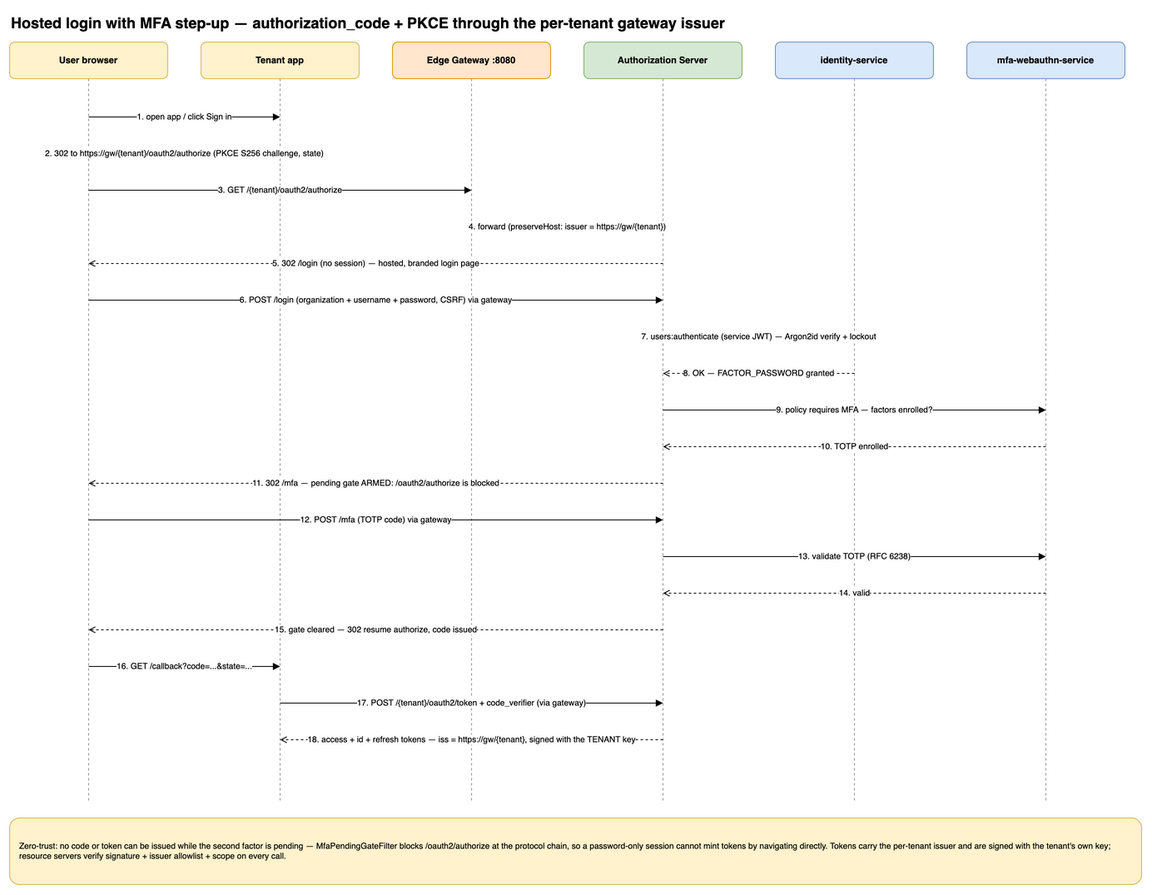
Above: architecture/diagrams/seq-hosted-login-mfa.drawio.png in AegisIdentity/aegis-platform-docs (draw.io), before the change. Source tidied: cells renumbered, new cells last; positions are measured from the earlier drawing's top-left corner, leaving out a move shared by most shapes.
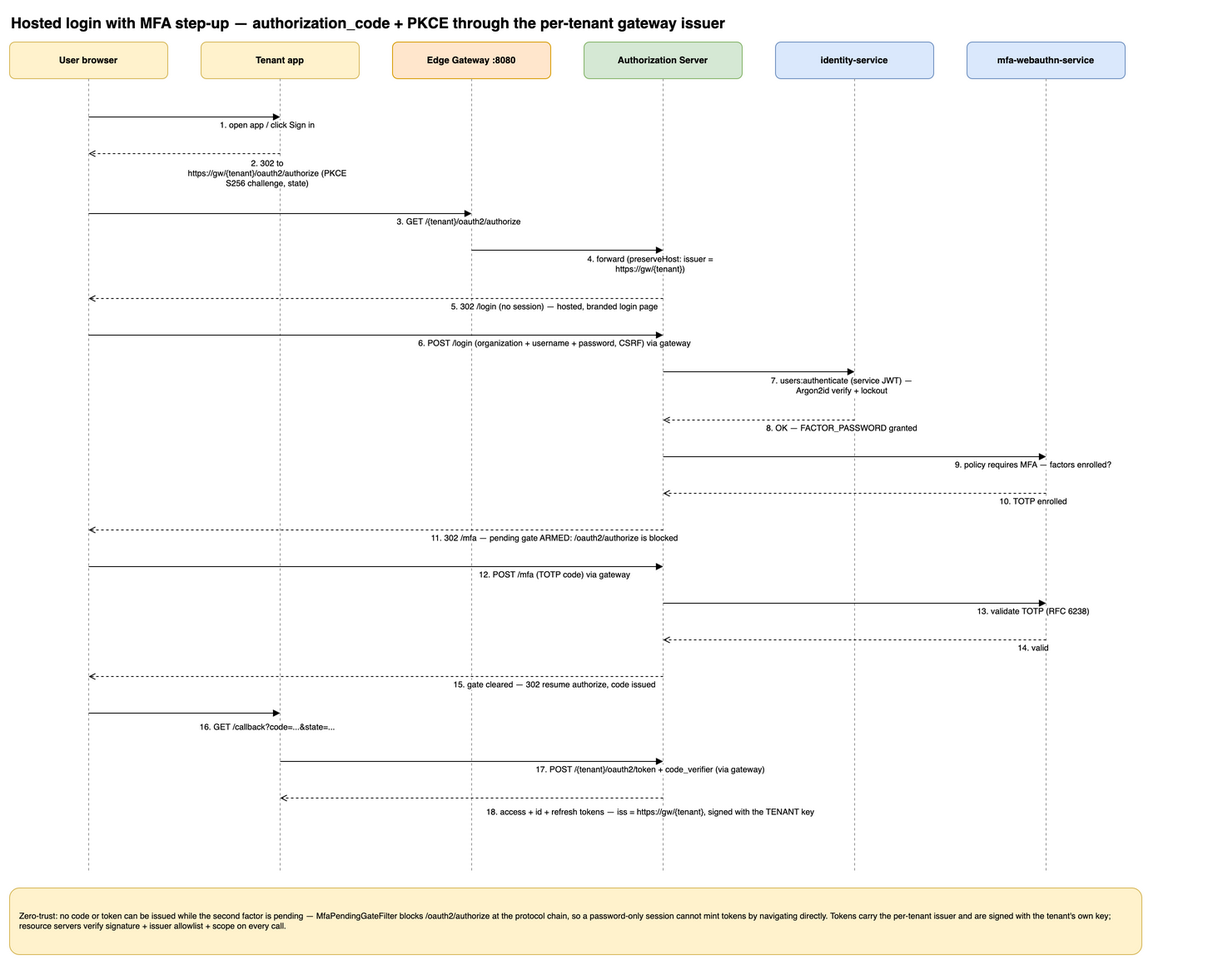
After the commit.

What changed in the source:
```diff
@@ -11,7 +11,7 @@
     <mxCell id="4" style="endArrow=none;dashed=1;html=1;strokeColor=#999999;" parent="1" edge="1">
       <mxGeometry relative="1" as="geometry">
         <mxPoint x="95" y="84" as="sourcePoint" />
-        <mxPoint x="95" y="952" as="targetPoint" />
+        <mxPoint x="95" y="1036" as="targetPoint" />
       </mxGeometry>
     </mxCell>
     <mxCell id="5" value="Tenant app" style="rounded=1;whiteSpace=wrap;html=1;fontStyle=1;fontSize=11;fillColor=#FFF2CC;strokeColor=#D6B656;" parent="1" vertex="1">
@@ -20,7 +20,7 @@
     <mxCell id="6" style="endArrow=none;dashed=1;html=1;strokeColor=#999999;" parent="1" edge="1">
       <mxGeometry relative="1" as="geometry">
         <mxPoint x="325" y="84" as="sourcePoint" />
-        <mxPoint x="325" y="952" as="targetPoint" />
+        <mxPoint x="325" y="1036" as="targetPoint" />
       </mxGeometry>
     </mxCell>
     <mxCell id="7" value="Edge Gateway :8080" style="rounded=1;whiteSpace=wrap;html=1;fontStyle=1;fontSize=11;fillColor=#FFE6CC;strokeColor=#D79B00;" parent="1" vertex="1">
@@ -29,7 +29,7 @@
     <mxCell id="8" style="endArrow=none;dashed=1;html=1;strokeColor=#999999;" parent="1" edge="1">
       <mxGeometry relative="1" as="geometry">
         <mxPoint x="555" y="84" as="sourcePoint" />
-        <mxPoint x="555" y="952" as="targetPoint" />
+        <mxPoint x="555" y="1036" as="targetPoint" />
       </mxGeometry>
     </mxCell>
     <mxCell id="9" value="Authorization Server" style="rounded=1;whiteSpace=wrap;html=1;fontStyle=1;fontSize=11;fillColor=#D5E8D4;strokeColor=#82B366;" parent="1" vertex="1">
@@ -38,7 +38,7 @@
     <mxCell id="10" style="endArrow=none;dashed=1;html=1;strokeColor=#999999;" parent="1" edge="1">
       <mxGeometry relative="1" as="geometry">
         <mxPoint x="785" y="84" as="sourcePoint" />
-        <mxPoint x="785" y="952" as="targetPoint" />
+        <mxPoint x="785" y="1036" as="targetPoint" />
       </mxGeometry>
     </mxCell>
     <mxCell id="11" value="identity-service" style="rounded=1;whiteSpace=wrap;html=1;fontStyle=1;fontSize=11;fillColor=#DAE8FC;strokeColor=#6C8EBF;" parent="1" vertex="1">
@@ -47,7 +47,7 @@
     <mxCell id="12" style="endArrow=none;dashed=1;html=1;strokeColor=#999999;" parent="1" edge="1">
       <mxGeometry relative="1" as="geometry">
         <mxPoint x="1015" y="84" as="sourcePoint" />
-        <mxPoint x="1015" y="952" as="targetPoint" />
+        <mxPoint x="1015" y="1036" as="targetPoint" />
       </mxGeometry>
     </mxCell>
     <mxCell id="13" value="mfa-webauthn-service" style="rounded=1;whiteSpace=wrap;html=1;fontStyle=1;fontSize=11;fillColor=#DAE8FC;strokeColor=#6C8EBF;" parent="1" vertex="1">
@@ -56,119 +56,173 @@
     <mxCell id="14" style="endArrow=none;dashed=1;html=1;strokeColor=#999999;" parent="1" edge="1">
       <mxGeometry relative="1" as="geometry">
         <mxPoint x="1245" y="84" as="sourcePoint" />
-        <mxPoint x="1245" y="952" as="targetPoint" />
+        <mxPoint x="1245" y="1036" as="targetPoint" />
       </mxGeometry>
     </mxCell>
-    <mxCell id="15" value="1. open app / click Sign in" style="html=1;fontSize=10;endArrow=block;endFill=1;rounded=0;" parent="1" edge="1">
+    <mxCell id="15" style="html=1;fontSize=10;endArrow=block;endFill=1;rounded=0;" parent="1" edge="1">
       <mxGeometry relative="1" as="geometry">
         <mxPoint x="95" y="130" as="sourcePoint" />
         <mxPoint x="325" y="130" as="targetPoint" />
       </mxGeometry>
     </mxCell>
-    <mxCell id="16" value="2. 302 to https://gw/{tenant}/oauth2/authorize (PKCE S256 challenge, state)" style="html=1;fontSize=10;endArrow=open;dashed=1;rounded=0;" parent="1" edge="1">
-      <mxGeometry relative="1" as="geometry">
-        <mxPoint x="325" y="174" as="sourcePoint" />
-        <mxPoint x="95" y="174" as="targetPoint" />
-      </mxGeometry>
+    <mxCell id="16" value="1. open app / click Sign in" style="edgeLabel;html=1;align=center;verticalAlign=middle;whiteSpace=wrap;labelBackgroundColor=#FFFFFF;fontSize=10;" parent="15" vertex="1">
+      <mxGeometry width="200" height="20" relative="1" as="geometry" />
     </mxCell>
-    <mxCell id="17" value="3. GET /{tenant}/oauth2/authorize" style="html=1;fontSize=10;endArrow=block;endFill=1;rounded=0;" parent="1" edge="1">
+    <mxCell id="17" style="html=1;fontSize=10;endArrow=open;dashed=1;rounded=0;" parent="1" edge="1">
       <mxGeometry relative="1" as="geometry">
-        <mxPoint x="95" y="218" as="sourcePoint" />
-        <mxPoint x="555" y="218" as="targetPoint" />
+        <mxPoint x="325" y="174" as="sourcePoint" />
+        <mxPoint x="95" y="174" as="targetPoint" />
       </mxGeometry>
     </mxCell>
-    <mxCell id="18" value="4. forward (preserveHost: issuer = https://gw/{tenant})" style="html=1;fontSize=10;endArrow=block;endFill=1;rounded=0;" parent="1" edge="1">
-      <mxGeometry relative="1" as="geometry">
-        <mxPoint x="555" y="262" as="sourcePoint" />
-        <mxPoint x="785" y="262" as="targetPoint" />
-      </mxGeometry>
+    <mxCell id="18" value="2. 302 to https://gw/{tenant}/oauth2/authorize (PKCE S256 challenge, state)" style="edgeLabel;html=1;align=center;verticalAlign=middle;whiteSpace=wrap;labelBackgroundColor=#FFFFFF;fontSize=10;" parent="17" vertex="1">
+      <mxGeometry width="200" height="48" relative="1" as="geometry" />
     </mxCell>
-    <mxCell id="19" value="5. 302 /login (no session) — hosted, branded login page" style="html=1;fontSize=10;endArrow=open;dashed=1;rounded=0;" parent="1" edge="1">
+    <mxCell id="19" style="html=1;fontSize=10;endArrow=block;endFill=1;rounded=0;" parent="1" edge="1">
       <mxGeometry relative="1" as="geometry">
-        <mxPoint x="785" y="306" as="sourcePoint" />
-        <mxPoint x="95" y="306" as="targetPoint" />
+        <mxPoint x="95" y="246" as="sourcePoint" />
+        <mxPoint x="555" y="246" as="targetPoint" />
       </mxGeometry>
     </mxCell>
-    <mxCell id="20" value="6. POST /login (organization + username + password, CSRF) via gateway" style="html=1;fontSize=10;endArrow=block;endFill=1;rounded=0;" parent="1" edge="1">
-      <mxGeometry relative="1" as="geometry">
-        <mxPoint x="95" y="350" as="sourcePoint" />
-        <mxPoint x="785" y="350" as="targetPoint" />
-      </mxGeometry>
+    <mxCell id="20" value="3. GET /{tenant}/oauth2/authorize" style="edgeLabel;html=1;align=center;verticalAlign=middle;whiteSpace=wrap;labelBackgroundColor=#FFFFFF;fontSize=10;" parent="19" vertex="1">
+      <mxGeometry width="430" height="20" relative="1" as="geometry" />
     </mxCell>
-    <mxCell id="21" value="7. users:authenticate (service JWT) — Argon2id verify + lockout" style="html=1;fontSize=10;endArrow=block;endFill=1;rounded=0;" parent="1" edge="1">
+    <mxCell id="21" style="html=1;fontSize=10;endArrow=block;endFill=1;rounded=0;" parent="1" edge="1">
       <mxGeometry relative="1" as="geometry">
-        <mxPoint x="785" y="394" as="sourcePoint" />
-        <mxPoint x="1015" y="394" as="targetPoint" />
+        <mxPoint x="555" y="290" as="sourcePoint" />
+        <mxPoint x="785" y="290" as="targetPoint" />
       </mxGeometry>
     </mxCell>
-    <mxCell id="22" value="8. OK — FACTOR_PASSWORD granted" style="html=1;fontSize=10;endArrow=open;dashed=1;rounded=0;" parent="1" edge="1">
-      <mxGeometry relative="1" as="geometry">
-        <mxPoint x="1015" y="438" as="sourcePoint" />
-        <mxPoint x="785" y="438" as="targetPoint" />
-      </mxGeometry>
+    <mxCell id="22" value="4. forward (preserveHost: issuer = https://gw/{tenant})" style="edgeLabel;html=1;align=center;verticalAlign=middle;whiteSpace=wrap;labelBackgroundColor=#FFFFFF;fontSize=10;" parent="21" vertex="1">
+      <mxGeometry width="200" height="34" relative="1" as="geometry" />
     </mxCell>
-    <mxCell id="23" value="9. policy requires MFA — factors enrolled?" style="html=1;fontSize=10;endArrow=block;endFill=1;rounded=0;" parent="1" edge="1">
+    <mxCell id="23" style="html=1;fontSize=10;endArrow=open;dashed=1;rounded=0;" parent="1" edge="1">
       <mxGeometry relative="1" as="geometry">
-        <mxPoint x="785" y="482" as="sourcePoint" />
-        <mxPoint x="1245" y="482" as="targetPoint" />
+        <mxPoint x="785" y="348" as="sourcePoint" />
+        <mxPoint x="95" y="348" as="targetPoint" />
       </mxGeometry>
     </mxCell>
-    <mxCell id="24" value="10. TOTP enrolled" style="html=1;fontSize=10;endArrow=open;dashed=1;rounded=0;" parent="1" edge="1">
-      <mxGeometry relative="1" as="geometry">
-        <mxPoint x="1245" y="526" as="sourcePoint" />
-        <mxPoint x="785" y="526" as="targetPoint" />
-      </mxGeometry>
+    <mxCell id="24" value="5. 302 /login (no session) — hosted, branded login page" style="edgeLabel;html=1;align=center;verticalAlign=middle;whiteSpace=wrap;labelBackgroundColor=#FFFFFF;fontSize=10;" parent="23" vertex="1">
+      <mxGeometry width="430" height="20" relative="1" as="geometry" />
     </mxCell>
-    <mxCell id="25" value="11. 302 /mfa — pending gate ARMED: /oauth2/authorize is blocked" style="html=1;fontSize=10;endArrow=open;dashed=1;rounded=0;" parent="1" edge="1">
+    <mxCell id="25" style="html=1;fontSize=10;endArrow=block;endFill=1;rounded=0;" parent="1" edge="1">
       <mxGeometry relative="1" as="geometry">
-        <mxPoint x="785" y="570" as="sourcePoint" />
-        <mxPoint x="95" y="570" as="targetPoint" />
+        <mxPoint x="95" y="392" as="sourcePoint" />
+        <mxPoint x="785" y="392" as="targetPoint" />
       </mxGeometry>
     </mxCell>
-    <mxCell id="26" value="12. POST /mfa (TOTP code) via gateway" style="html=1;fontSize=10;endArrow=block;endFill=1;rounded=0;" parent="1" edge="1">
-      <mxGeometry relative="1" as="geometry">
-        <mxPoint x="95" y="614" as="sourcePoint" />
-        <mxPoint x="785" y="614" as="targetPoint" />
-      </mxGeometry>
+    <mxCell id="26" value="6. POST /login (organization + username + password, CSRF) via gateway" style="edgeLabel;html=1;align=center;verticalAlign=middle;whiteSpace=wrap;labelBackgroundColor=#FFFFFF;fontSize=10;" parent="25" vertex="1">
+      <mxGeometry width="430" height="20" relative="1" as="geometry" />
     </mxCell>
-    <mxCell id="27" value="13. validate TOTP (RFC 6238)" style="html=1;fontSize=10;endArrow=block;endFill=1;rounded=0;" parent="1" edge="1">
+    <mxCell id="27" style="html=1;fontSize=10;endArrow=block;endFill=1;rounded=0;" parent="1" edge="1">
       <mxGeometry relative="1" as="geometry">
-        <mxPoint x="785" y="658" as="sourcePoint" />
-        <mxPoint x="1245" y="658" as="targetPoint" />
+        <mxPoint x="785" y="436" as="sourcePoint" />
+        <mxPoint x="1015" y="436" as="targetPoint" />
       </mxGeometry>
     </mxCell>
-    <mxCell id="28" value="14. valid" style="html=1;fontSize=10;endArrow=open;dashed=1;rounded=0;" parent="1" edge="1">
-      <mxGeometry relative="1" as="geometry">
-        <mxPoint x="1245" y="702" as="sourcePoint" />
-        <mxPoint x="785" y="702" as="targetPoint" />
-      </mxGeometry>
+    <mxCell id="28" value="7. users:authenticate (service JWT) — Argon2id verify + lockout" style="edgeLabel;html=1;align=center;verticalAlign=middle;whiteSpace=wrap;labelBackgroundColor=#FFFFFF;fontSize=10;" parent="27" vertex="1">
+      <mxGeometry width="200" height="34" relative="1" as="geometry" />
     </mxCell>
-    <mxCell id="29" value="15. gate cleared — 302 resume authorize, code issued" style="html=1;fontSize=10;endArrow=open;dashed=1;rounded=0;" parent="1" edge="1">
+    <mxCell id="29" style="html=1;fontSize=10;endArrow=open;dashed=1;rounded=0;" parent="1" edge="1">
       <mxGeometry relative="1" as="geometry">
-        <mxPoint x="785" y="746" as="sourcePoint" />
-        <mxPoint x="95" y="746" as="targetPoint" />
+        <mxPoint x="1015" y="494" as="sourcePoint" />
+        <mxPoint x="785" y="494" as="targetPoint" />
       </mxGeometry>
     </mxCell>
-    <mxCell id="30" value="16. GET /callback?code=...&amp;state=..." style="html=1;fontSize=10;endArrow=block;endFill=1;rounded=0;" parent="1" edge="1">
-      <mxGeometry relative="1" as="geometry">
-        <mxPoint x="95" y="790" as="sourcePoint" />
-        <mxPoint x="325" y="790" as="targetPoint" />
-      </mxGeometry>
+    <mxCell id="30" value="8. OK — FACTOR_PASSWORD granted" style="edgeLabel;html=1;align=center;verticalAlign=middle;whiteSpace=wrap;labelBackgroundColor=#FFFFFF;fontSize=10;" parent="29" vertex="1">
+      <mxGeometry width="200" height="20" relative="1" as="geometry" />
     </mxCell>
-    <mxCell id="31" value="17. POST /{tenant}/oauth2/token + code_verifier (via gateway)" style="html=1;fontSize=10;endArrow=block;endFill=1;rounded=0;" parent="1" edge="1">
+    <mxCell id="31" style="html=1;fontSize=10;endArrow=block;endFill=1;rounded=0;" parent="1" edge="1">
       <mxGeometry relative="1" as="geometry">
-        <mxPoint x="325" y="834" as="sourcePoint" />
-        <mxPoint x="785" y="834" as="targetPoint" />
+        <mxPoint x="785" y="538" as="sourcePoint" />
+        <mxPoint x="1245" y="538" as="targetPoint" />
       </mxGeometry>
     </mxCell>
-    <mxCell id="32" value="18. access + id + refresh tokens — iss = https://gw/{tenant}, signed with the TENANT key" style="html=1;fontSize=10;endArrow=open;dashed=1;rounded=0;" parent="1" edge="1">
-      <mxGeometry relative="1" as="geometry">
-        <mxPoint x="785" y="878" as="sourcePoint" />
-        <mxPoint x="325" y="878" as="targetPoint" />
-      </mxGeometry>
+    <mxCell id="32" value="9. policy requires MFA — factors enrolled?" style="edgeLabel;html=1;align=center;verticalAlign=middle;whiteSpace=wrap;labelBackgroundColor=#FFFFFF;fontSize=10;" parent="31" vertex="1">
+      <mxGeometry width="430" height="20" relative="1" as="geometry" />
     </mxCell>
-    <mxCell id="33" value="Zero-trust: no code or token can be issued while the second factor is pending — MfaPendingGateFilter blocks /oauth2/authorize at the protocol chain, so a password-only session cannot mint tokens by navigating directly. Tokens carry the per-tenant issuer and are signed with the tenant's own key; resource servers verify signature + issuer allowlist + scope on every call." style="rounded=1;whiteSpace=wrap;html=1;fontSize=10;align=left;spacingLeft=8;spacing=4;fillColor=#FFF2CC;strokeColor=#D6B656;" parent="1" vertex="1">
-      <mxGeometry y="972" width="1360" height="80" as="geometry" />
+    <mxCell id="33" style="html=1;fontSize=10;endArrow=open;dashed=1;rounded=0;" parent="1" edge="1">
+      <mxGeometry relative="1" as="geometry">
+        <mxPoint x="1245" y="582" as="sourcePoint" />
+        <mxPoint x="785" y="582" as="targetPoint" />
+      </mxGeometry>
     </mxCell>
+    <mxCell id="34" value="10. TOTP enrolled" style="edgeLabel;html=1;align=center;verticalAlign=middle;whiteSpace=wrap;labelBackgroundColor=#FFFFFF;fontSize=10;" parent="33" vertex="1">
+      <mxGeometry width="430" height="20" relative="1" as="geometry" />
+    </mxCell>
+    <mxCell id="35" style="html=1;fontSize=10;endArrow=open;dashed=1;rounded=0;" parent="1" edge="1">
+      <mxGeometry relative="1" as="geometry">
+        <mxPoint x="785" y="626" as="sourcePoint" />
+        <mxPoint x="95" y="626" as="targetPoint" />
+      </mxGeometry>
+    </mxCell>
+    <mxCell id="36" value="11. 302 /mfa — pending gate ARMED: /oauth2/authorize is blocked" style="edgeLabel;html=1;align=center;verticalAlign=middle;whiteSpace=wrap;labelBackgroundColor=#FFFFFF;fontSize=10;" parent="35" vertex="1">
+      <mxGeometry width="430" height="20" relative="1" as="geometry" />
+    </mxCell>
+    <mxCell id="37" style="html=1;fontSize=10;endArrow=block;endFill=1;rounded=0;" parent="1" edge="1">
+      <mxGeometry relative="1" as="geometry">
+        <mxPoint x="95" y="670" as="sourcePoint" />
+        <mxPoint x="785" y="670" as="targetPoint" />
+      </mxGeometry>
+    </mxCell>
+    <mxCell id="38" value="12. POST /mfa (TOTP code) via gateway" style="edgeLabel;html=1;align=center;verticalAlign=middle;whiteSpace=wrap;labelBackgroundColor=#FFFFFF;fontSize=10;" parent="37" vertex="1">
+      <mxGeometry width="430" height="20" relative="1" as="geometry" />
+    </mxCell>
+    <mxCell id="39" style="html=1;fontSize=10;endArrow=block;endFill=1;rounded=0;" parent="1" edge="1">
+      <mxGeometry relative="1" as="geometry">
+        <mxPoint x="785" y="714" as="sourcePoint" />
+        <mxPoint x="1245" y="714" as="targetPoint" />
+      </mxGeometry>
+    </mxCell>
+    <mxCell id="40" value="13. validate TOTP (RFC 6238)" style="edgeLabel;html=1;align=center;verticalAlign=middle;whiteSpace=wrap;labelBackgroundColor=#FFFFFF;fontSize=10;" parent="39" vertex="1">
+      <mxGeometry width="430" height="20" relative="1" as="geometry" />
+    </mxCell>
+    <mxCell id="41" style="html=1;fontSize=10;endArrow=open;dashed=1;rounded=0;" parent="1" edge="1">
+      <mxGeometry relative="1" as="geometry">
+        <mxPoint x="1245" y="758" as="sourcePoint" />
+        <mxPoint x="785" y="758" as="targetPoint" />
+      </mxGeometry>
+    </mxCell>
+    <mxCell id="42" value="14. valid" style="edgeLabel;html=1;align=center;verticalAlign=middle;whiteSpace=wrap;labelBackgroundColor=#FFFFFF;fontSize=10;" parent="41" vertex="1">
+      <mxGeometry width="430" height="20" relative="1" as="geometry" />
+    </mxCell>
+    <mxCell id="43" style="html=1;fontSize=10;endArrow=open;dashed=1;rounded=0;" parent="1" edge="1">
+      <mxGeometry relative="1" as="geometry">
+        <mxPoint x="785" y="802" as="sourcePoint" />
+        <mxPoint x="95" y="802" as="targetPoint" />
+      </mxGeometry>
+    </mxCell>
+    <mxCell id="44" value="15. gate cleared — 302 resume authorize, code issued" style="edgeLabel;html=1;align=center;verticalAlign=middle;whiteSpace=wrap;labelBackgroundColor=#FFFFFF;fontSize=10;" parent="43" vertex="1">
+      <mxGeometry width="430" height="20" relative="1" as="geometry" />
+    </mxCell>
+    <mxCell id="45" style="html=1;fontSize=10;endArrow=block;endFill=1;rounded=0;" parent="1" edge="1">
+      <mxGeometry relative="1" as="geometry">
+        <mxPoint x="95" y="846" as="sourcePoint" />
+        <mxPoint x="325" y="846" as="targetPoint" />
+      </mxGeometry>
+    </mxCell>
+    <mxCell id="46" value="16. GET /callback?code=...&amp;state=..." style="edgeLabel;html=1;align=center;verticalAlign=middle;whiteSpace=wrap;labelBackgroundColor=#FFFFFF;fontSize=10;" parent="45" vertex="1">
+      <mxGeometry width="200" height="34" relative="1" as="geometry" />
+    </mxCell>
+    <mxCell id="47" style="html=1;fontSize=10;endArrow=block;endFill=1;rounded=0;" parent="1" edge="1">
+      <mxGeometry relative="1" as="geometry">
+        <mxPoint x="325" y="904" as="sourcePoint" />
+        <mxPoint x="785" y="904" as="targetPoint" />
+      </mxGeometry>
+    </mxCell>
+    <mxCell id="48" value="17. POST /{tenant}/oauth2/token + code_verifier (via gateway)" style="edgeLabel;html=1;align=center;verticalAlign=middle;whiteSpace=wrap;labelBackgroundColor=#FFFFFF;fontSize=10;" parent="47" vertex="1">
+      <mxGeometry width="430" height="20" relative="1" as="geometry" />
+    </mxCell>
+    <mxCell id="49" style="html=1;fontSize=10;endArrow=open;dashed=1;rounded=0;" parent="1" edge="1">
+      <mxGeometry relative="1" as="geometry">
+        <mxPoint x="785" y="948" as="sourcePoint" />
+        <mxPoint x="325" y="948" as="targetPoint" />
+      </mxGeometry>
+    </mxCell>
+    <mxCell id="50" value="18. access + id + refresh tokens — iss = https://gw/{tenant}, signed with the TENANT key" style="edgeLabel;html=1;align=center;verticalAlign=middle;whiteSpace=wrap;labelBackgroundColor=#FFFFFF;fontSize=10;" parent="49" vertex="1">
+      <mxGeometry width="430" height="34" relative="1" as="geometry" />
+    </mxCell>
+    <mxCell id="51" value="Zero-trust: no code or token can be issued while the second factor is pending — MfaPendingGateFilter blocks /oauth2/authorize at the protocol chain, so a password-only session cannot mint tokens by navigating directly. Tokens carry the per-tenant issuer and are signed with the tenant's own key; resource servers verify signature + issuer allowlist + scope on every call." style="rounded=1;whiteSpace=wrap;html=1;fontSize=10;align=left;spacingLeft=8;spacing=4;fillColor=#FFF2CC;strokeColor=#D6B656;" parent="1" vertex="1">
+      <mxGeometry y="1056" width="1360" height="80" as="geometry" />
+    </mxCell>
   </root>
 </mxGraphModel>
```
